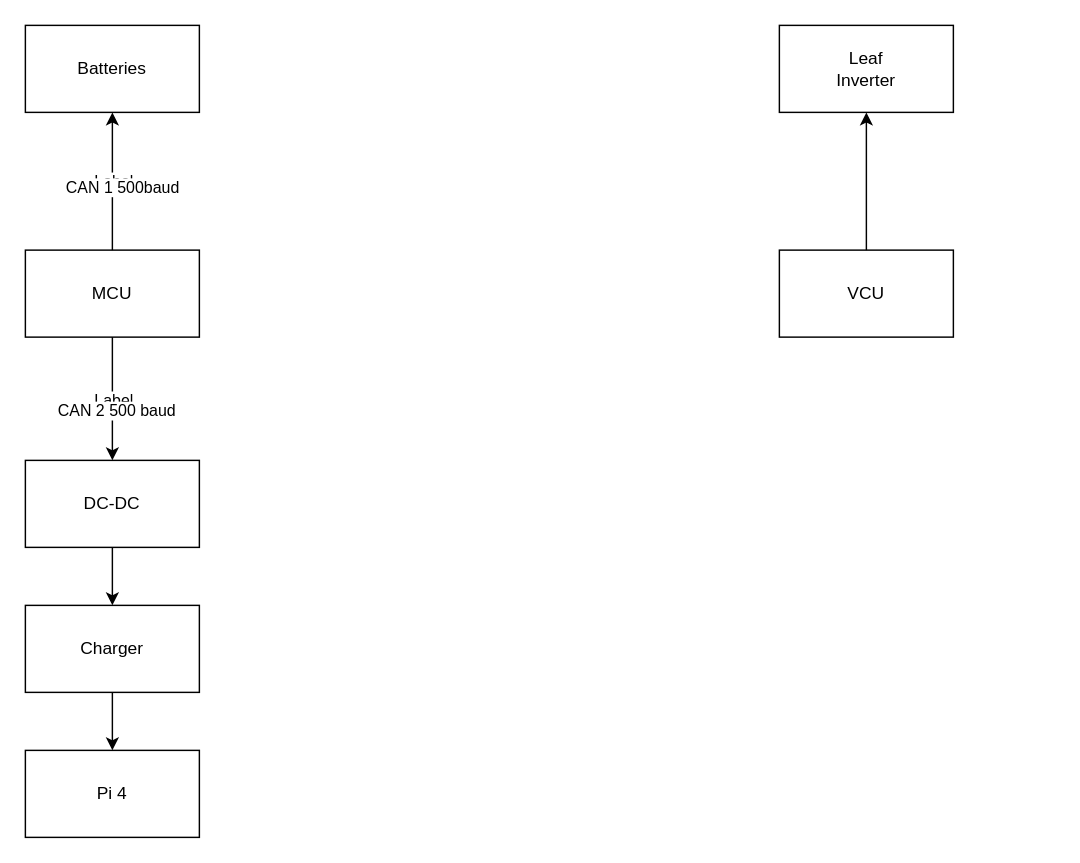
Above: CanBus.drawio in cdvanhorn/ForsanRaneaf (draw.io), before the change. Source tidied: cells renumbered, new cells numbered last; positions are measured from the earlier drawing's top-left corner, leaving out a move shared by most shapes. Both pictures are drawn from the tidied source at 145%, with x=0, y=0 at pixel (25, 25).
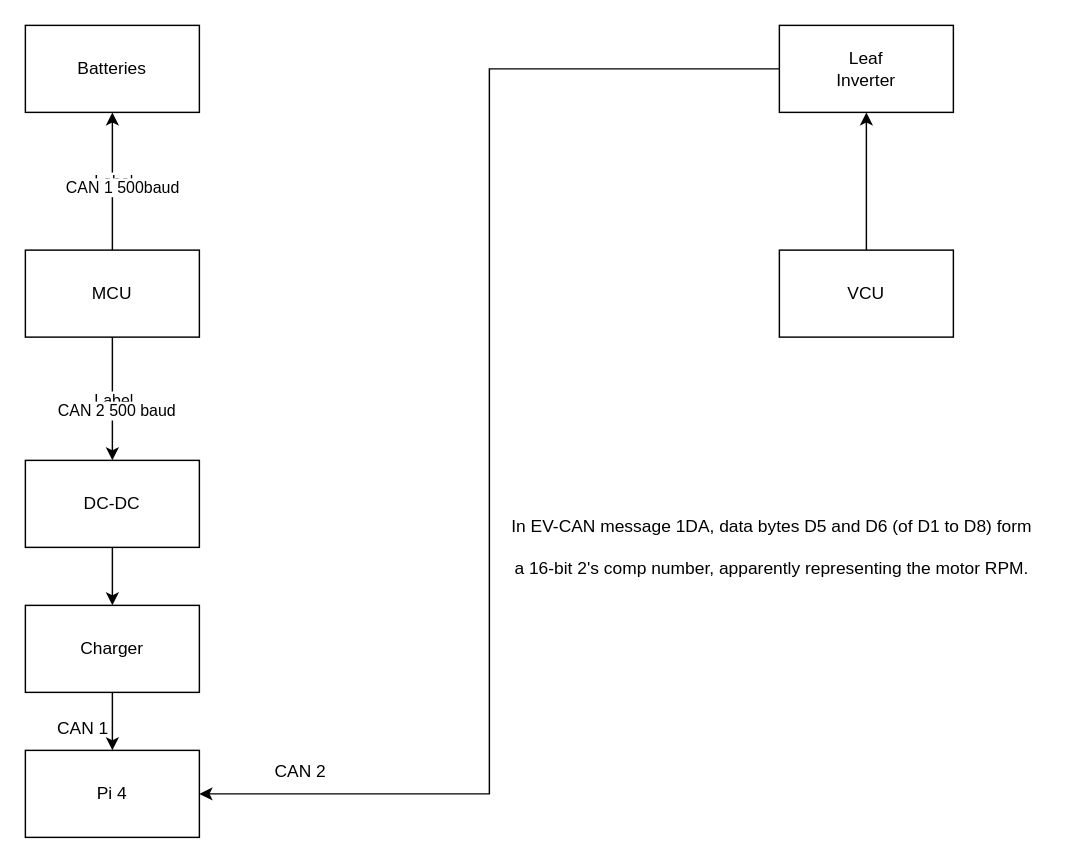
After the change.

Unchanged cells that the change refers to:
```xml
<mxCell id="15" style="rounded=0;whiteSpace=wrap;html=1;" parent="1" vertex="1">
  <mxGeometry y="500" width="120" height="60" as="geometry" />
</mxCell>
<mxCell id="22" style="rounded=0;whiteSpace=wrap;html=1;" parent="1" vertex="1">
  <mxGeometry x="520" width="120" height="60" as="geometry" />
</mxCell>
```

Diff of the diagram source:
```diff
@@
+    <mxCell id="25" style="endArrow=classic;html=1;rounded=0;exitX=0;exitY=0.5;exitDx=0;exitDy=0;entryX=1;entryY=0.5;entryDx=0;entryDy=0;edgeStyle=orthogonalEdgeStyle;" parent="1" edge="1" source="22" target="15">
+      <mxGeometry relative="1" as="geometry" />
+    </mxCell>
+    <mxCell id="26" value="CAN 1" style="text;html=1;align=center;verticalAlign=middle;whiteSpace=wrap;rounded=0;" parent="1" vertex="1">
+      <mxGeometry x="10" y="470" width="60" height="30" as="geometry" />
+    </mxCell>
+    <mxCell id="27" value="CAN 2" style="text;html=1;align=center;verticalAlign=middle;whiteSpace=wrap;rounded=0;" parent="1" vertex="1">
+      <mxGeometry x="160" y="500" width="60" height="30" as="geometry" />
+    </mxCell>
+    <mxCell id="28" value="In EV-CAN message 1DA, data bytes D5 and D6 (of D1 to D8) form&lt;br&gt;&lt;br/&gt;a 16-bit 2's comp number, apparently representing the motor RPM." style="text;html=1;align=center;verticalAlign=middle;whiteSpace=wrap;rounded=0;" parent="1" vertex="1">
+      <mxGeometry x="320" y="330" width="390" height="60" as="geometry" />
+    </mxCell>
```
